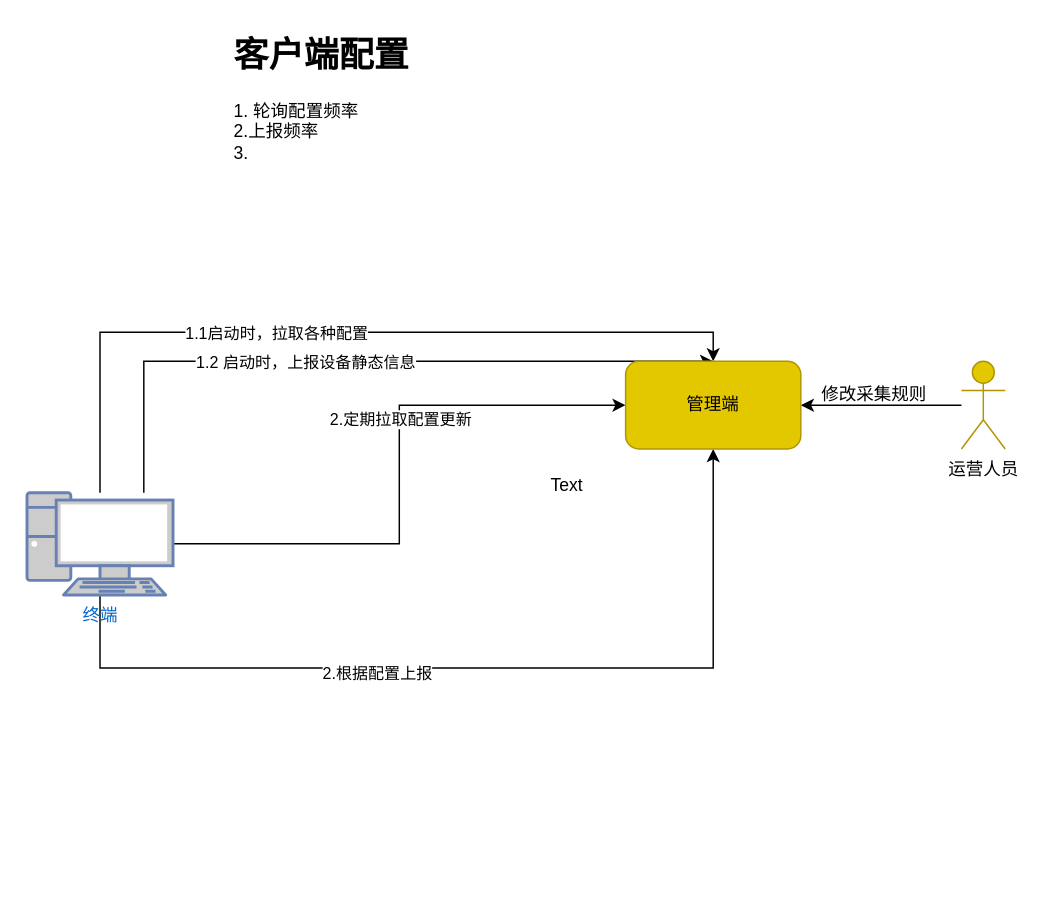
Above: work/service_portal/小钉子产品流程图.drawio in jiswordsman/diagram (draw.io), before the change. Source tidied: cells renumbered, new cells numbered last; positions are measured from the earlier drawing's top-left corner, leaving out a move shared by most shapes. Both pictures are drawn from the tidied source at 146%, with x=0, y=0 at pixel (26, 25).
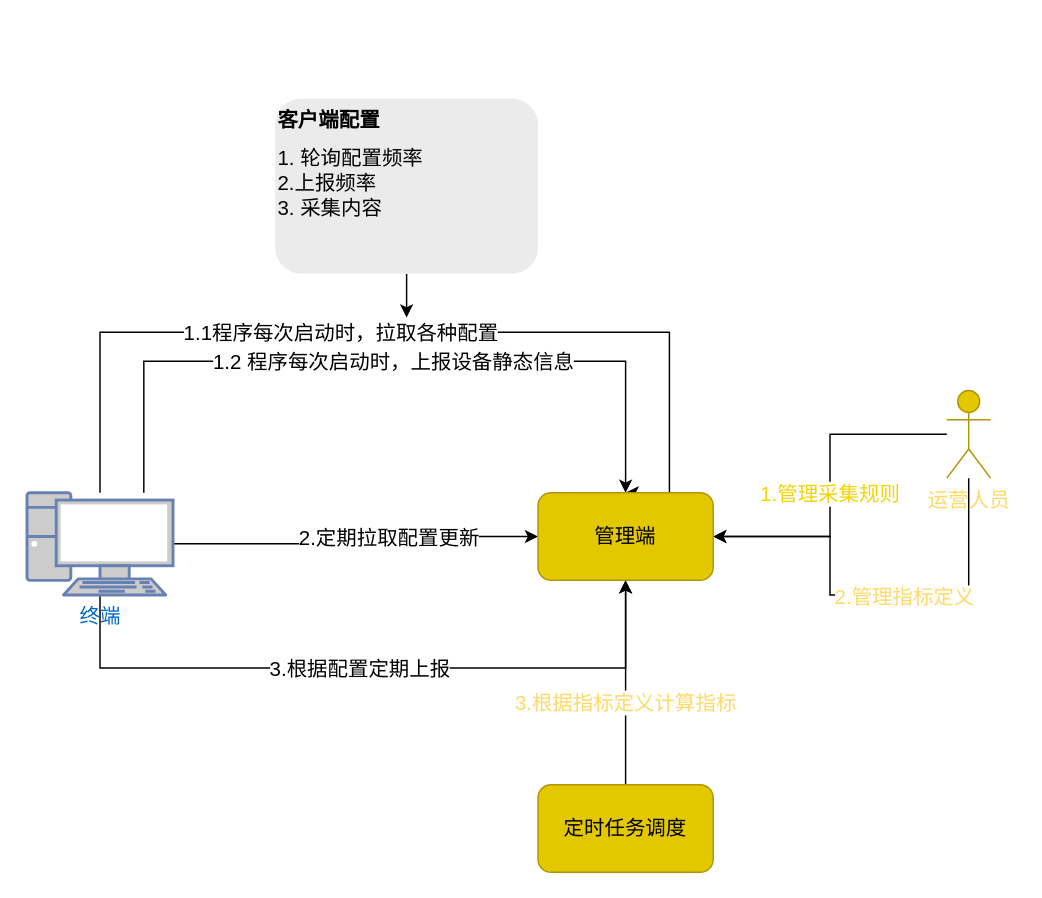
Above is the later version.

Commit message:
更新小钉子产品流程图.drawio

Diff of the diagram source:
```diff
@@
-    <mxCell id="2" style="edgeStyle=orthogonalEdgeStyle;rounded=0;jettySize=auto;html=1;entryX=0;entryY=0.5;entryDx=0;entryDy=0;" parent="1" edge="1" source="10" target="13">
+    <mxCell id="2" style="edgeStyle=orthogonalEdgeStyle;rounded=0;jettySize=auto;html=1;entryX=0;entryY=0.5;entryDx=0;entryDy=0;fontSize=14;" parent="1" edge="1" source="10" target="13">
       <mxGeometry relative="1" as="geometry" />
     </mxCell>
-    <mxCell id="3" value="2.定期拉取配置更新" style="edgeLabel;html=1;align=center;verticalAlign=middle;" parent="2" vertex="1">
+    <mxCell id="3" value="2.定期拉取配置更新" style="edgeLabel;html=1;align=center;verticalAlign=middle;fontSize=14;" parent="2" vertex="1">
       <mxGeometry x="0.19" relative="1" as="geometry" />
     </mxCell>
-    <mxCell id="4" style="edgeStyle=orthogonalEdgeStyle;rounded=0;jettySize=auto;html=1;entryX=0.5;entryY=0;entryDx=0;entryDy=0;" parent="1" edge="1" source="10" target="13">
+    <mxCell id="4" style="edgeStyle=orthogonalEdgeStyle;rounded=0;jettySize=auto;html=1;entryX=0.5;entryY=0;entryDx=0;entryDy=0;fontSize=14;" parent="1" edge="1" source="10" target="13">
       <mxGeometry relative="1" as="geometry">
         <Array as="points">
           <mxPoint x="50" y="210" />
-          <mxPoint x="470" y="210" />
+          <mxPoint x="440" y="210" />
+          <mxPoint x="440" y="320" />
         </Array>
       </mxGeometry>
     </mxCell>
-    <mxCell id="5" value="1.1启动时，拉取各种配置" style="edgeLabel;html=1;align=center;verticalAlign=middle;" parent="4" vertex="1">
+    <mxCell id="5" value="1.1程序每次启动时，拉取各种配置" style="edgeLabel;html=1;align=center;verticalAlign=middle;fontSize=14;" parent="4" vertex="1">
       <mxGeometry x="-0.24" relative="1" as="geometry">
-        <mxPoint x="21" as="offset" />
+        <mxPoint x="31" as="offset" />
       </mxGeometry>
     </mxCell>
-    <mxCell id="6" style="edgeStyle=orthogonalEdgeStyle;rounded=0;jettySize=auto;html=1;" parent="1" edge="1" source="10" target="13">
+    <mxCell id="6" style="edgeStyle=orthogonalEdgeStyle;rounded=0;jettySize=auto;html=1;entryX=0.5;entryY=1;entryDx=0;entryDy=0;fontSize=14;" parent="1" edge="1" source="10" target="13">
       <mxGeometry relative="1" as="geometry">
         <Array as="points">
           <mxPoint x="50" y="440" />
-          <mxPoint x="470" y="440" />
+          <mxPoint x="410" y="440" />
         </Array>
       </mxGeometry>
     </mxCell>
-    <mxCell id="7" value="2.根据配置上报" style="edgeLabel;html=1;align=center;verticalAlign=middle;" parent="6" vertex="1">
-      <mxGeometry x="-0.23" y="-3" relative="1" as="geometry" />
+    <mxCell id="7" value="3.根据配置定期上报" style="edgeLabel;html=1;align=center;verticalAlign=middle;fontSize=14;" parent="6" vertex="1">
+      <mxGeometry x="-0.23" y="-3" relative="1" as="geometry">
+        <mxPoint x="46" y="-3" as="offset" />
+      </mxGeometry>
     </mxCell>
-    <mxCell id="8" style="edgeStyle=orthogonalEdgeStyle;rounded=0;jettySize=auto;html=1;entryX=0.5;entryY=0;entryDx=0;entryDy=0;" parent="1" edge="1" source="10" target="13">
+    <mxCell id="8" style="edgeStyle=orthogonalEdgeStyle;rounded=0;jettySize=auto;html=1;entryX=0.5;entryY=0;entryDx=0;entryDy=0;fontSize=14;" parent="1" edge="1" source="10" target="13">
       <mxGeometry relative="1" as="geometry">
         <Array as="points">
           <mxPoint x="80" y="230" />
         </Array>
       </mxGeometry>
     </mxCell>
-    <mxCell id="9" value="1.2 启动时，上报设备静态信息" style="edgeLabel;html=1;align=center;verticalAlign=middle;" parent="8" vertex="1">
+    <mxCell id="9" value="1.2 程序每次启动时，上报设备静态信息" style="edgeLabel;html=1;align=center;verticalAlign=middle;fontSize=14;" parent="8" vertex="1">
       <mxGeometry x="-0.4" y="1" relative="1" as="geometry">
-        <mxPoint x="56" y="1" as="offset" />
+        <mxPoint x="107" y="1" as="offset" />
       </mxGeometry>
     </mxCell>
-    <mxCell id="10" value="终端" style="fontColor=#0066CC;verticalAlign=top;verticalLabelPosition=bottom;labelPosition=center;align=center;html=1;outlineConnect=0;fillColor=#CCCCCC;strokeColor=#6881B3;gradientColor=none;gradientDirection=north;strokeWidth=2;shape=mxgraph.networks.pc;" parent="1" vertex="1">
+    <mxCell id="10" value="终端" style="fontColor=#0066CC;verticalAlign=top;verticalLabelPosition=bottom;labelPosition=center;align=center;html=1;outlineConnect=0;fillColor=#CCCCCC;strokeColor=#6881B3;gradientColor=none;gradientDirection=north;strokeWidth=2;shape=mxgraph.networks.pc;fontSize=14;" parent="1" vertex="1">
       <mxGeometry y="320" width="100" height="70" as="geometry" />
     </mxCell>
-    <mxCell id="11" style="edgeStyle=orthogonalEdgeStyle;rounded=0;jettySize=auto;html=1;" parent="1" edge="1" source="12" target="13">
+    <mxCell id="11" style="edgeStyle=orthogonalEdgeStyle;rounded=0;jettySize=auto;html=1;entryX=1;entryY=0.5;entryDx=0;entryDy=0;fontSize=14;" parent="1" edge="1" source="12" target="13">
       <mxGeometry relative="1" as="geometry" />
     </mxCell>
+    <mxCell id="17" value="1.管理采集规则" style="edgeLabel;html=1;align=center;verticalAlign=middle;fontColor=#f2d307;fontSize=14;" parent="11" vertex="1">
+      <mxGeometry x="0.04" y="-1" relative="1" as="geometry" />
+    </mxCell>
+    <mxCell id="18" style="edgeStyle=orthogonalEdgeStyle;rounded=0;jettySize=auto;html=1;entryX=1;entryY=0.5;entryDx=0;entryDy=0;fontSize=14;" parent="1" edge="1" source="12" target="13">
+      <mxGeometry relative="1" as="geometry">
+        <Array as="points">
+          <mxPoint x="645" y="390" />
+          <mxPoint x="550" y="390" />
+          <mxPoint x="550" y="350" />
+        </Array>
+      </mxGeometry>
+    </mxCell>
+    <mxCell id="19" value="2.管理指标定义" style="edgeLabel;html=1;align=center;verticalAlign=middle;fontColor=#FFD966;fontSize=14;" parent="18" vertex="1">
+      <mxGeometry x="-0.15" y="1" relative="1" as="geometry" />
+    </mxCell>
-    <mxCell id="12" value="运营人员&lt;div&gt;&lt;br&gt;&lt;/div&gt;" style="shape=umlActor;verticalLabelPosition=bottom;verticalAlign=top;html=1;outlineConnect=0;fillColor=#e3c800;strokeColor=#B09500;fontColor=#000000;" parent="1" vertex="1">
-      <mxGeometry x="640" y="230" width="30" height="60" as="geometry" />
+    <mxCell id="12" value="&lt;font style=&quot;font-size: 14px;&quot; color=&quot;#ffd966&quot;&gt;运营人员&lt;/font&gt;&lt;div style=&quot;font-size: 14px;&quot;&gt;&lt;br style=&quot;font-size: 14px;&quot;&gt;&lt;/div&gt;" style="shape=umlActor;verticalLabelPosition=bottom;verticalAlign=top;html=1;outlineConnect=0;fillColor=#e3c800;strokeColor=#B09500;fontColor=#000000;fontSize=14;" parent="1" vertex="1">
+      <mxGeometry x="630" y="250" width="30" height="60" as="geometry" />
     </mxCell>
-    <mxCell id="13" value="管理端" style="rounded=1;whiteSpace=wrap;html=1;fillColor=#e3c800;fontColor=#000000;strokeColor=#B09500;" parent="1" vertex="1">
-      <mxGeometry x="410" y="230" width="120" height="60" as="geometry" />
+    <mxCell id="13" value="管理端" style="rounded=1;whiteSpace=wrap;html=1;fillColor=#e3c800;fontColor=#000000;strokeColor=#B09500;fontSize=14;" parent="1" vertex="1">
+      <mxGeometry x="350" y="320" width="120" height="60" as="geometry" />
     </mxCell>
-    <mxCell id="14" value="修改采集规则" style="text;html=1;align=center;verticalAlign=middle;strokeColor=none;fillColor=none;" parent="1" vertex="1">
-      <mxGeometry x="530" y="238" width="100" height="30" as="geometry" />
-    </mxCell>
-    <mxCell id="15" value="Text" style="text;html=1;align=center;verticalAlign=middle;whiteSpace=wrap;rounded=0;" parent="1" vertex="1">
-      <mxGeometry x="340" y="300" width="60" height="30" as="geometry" />
-    </mxCell>
+    <mxCell id="20" style="edgeStyle=orthogonalEdgeStyle;rounded=0;jettySize=auto;html=1;fontSize=14;" parent="1" edge="1" source="16">
+      <mxGeometry relative="1" as="geometry">
+        <mxPoint x="260" y="200" as="targetPoint" />
+      </mxGeometry>
+    </mxCell>
-    <mxCell id="16" value="&lt;h1 style=&quot;margin-top: 0px;&quot;&gt;客户端配置&lt;/h1&gt;&lt;div&gt;1. 轮询配置频率&lt;/div&gt;&lt;div&gt;2.上报频率&lt;/div&gt;&lt;div&gt;3.&lt;/div&gt;" style="text;html=1;whiteSpace=wrap;overflow=hidden;rounded=0;" parent="1" vertex="1">
-      <mxGeometry x="140" width="180" height="120" as="geometry" />
+    <mxCell id="16" value="&lt;h1 style=&quot;margin-top: 0px; font-size: 14px;&quot;&gt;&lt;font style=&quot;font-size: 14px;&quot;&gt;客户端配置&lt;/font&gt;&lt;/h1&gt;&lt;div style=&quot;font-size: 14px;&quot;&gt;1. 轮询配置频率&lt;/div&gt;&lt;div style=&quot;font-size: 14px;&quot;&gt;2.上报频率&lt;/div&gt;&lt;div style=&quot;font-size: 14px;&quot;&gt;3. 采集内容&lt;/div&gt;" style="text;html=1;whiteSpace=wrap;overflow=hidden;rounded=1;labelBorderColor=none;shadow=0;fillColor=#EBEBEB;fontSize=14;" parent="1" vertex="1">
+      <mxGeometry x="170" y="50" width="180" height="120" as="geometry" />
     </mxCell>
+    <mxCell id="21" style="edgeStyle=orthogonalEdgeStyle;rounded=0;jettySize=auto;html=1;fontSize=14;" parent="1" edge="1" source="23" target="13">
+      <mxGeometry relative="1" as="geometry" />
+    </mxCell>
+    <mxCell id="22" value="3.根据指标定义计算指标" style="edgeLabel;html=1;align=center;verticalAlign=middle;fontColor=#FFD966;fontSize=14;" parent="21" vertex="1">
+      <mxGeometry x="-0.18" y="1" relative="1" as="geometry" />
+    </mxCell>
+    <mxCell id="23" value="定时任务调度" style="rounded=1;whiteSpace=wrap;html=1;fillColor=#e3c800;fontColor=#000000;strokeColor=#B09500;fontSize=14;" parent="1" vertex="1">
+      <mxGeometry x="350" y="520" width="120" height="60" as="geometry" />
+    </mxCell>
```
